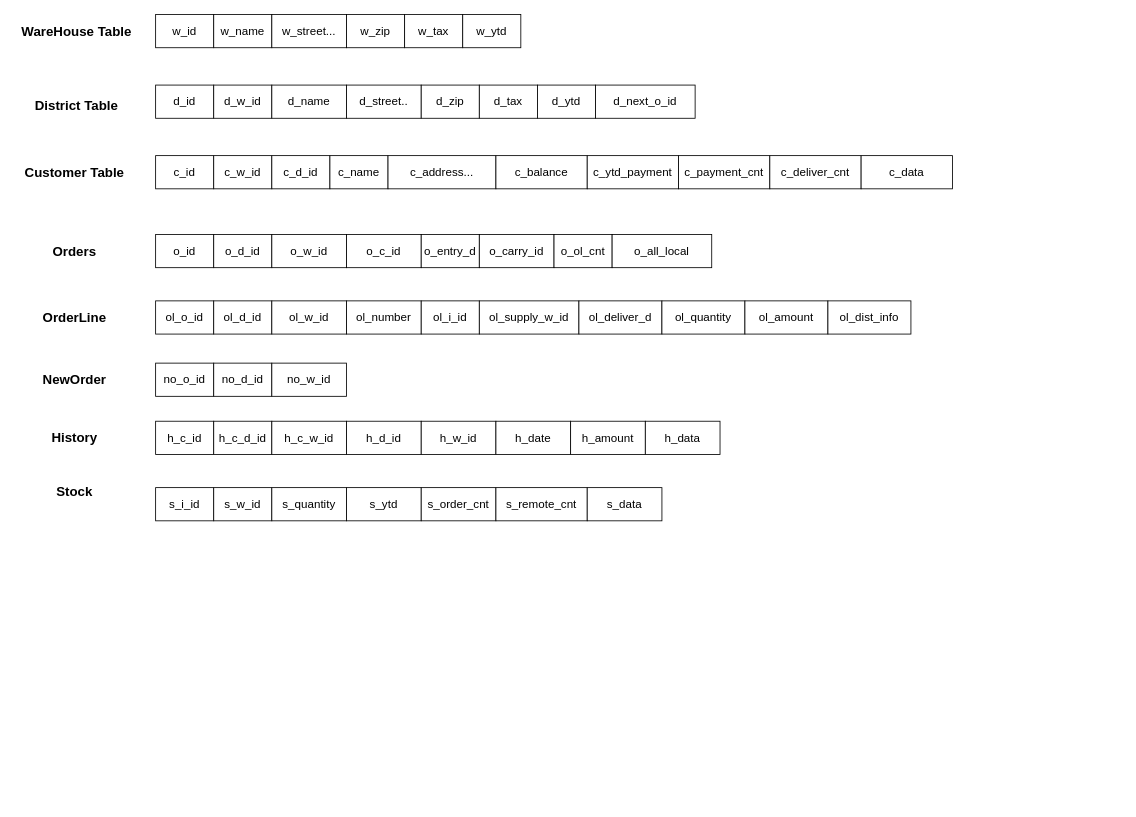
This is transaction.drawio from Holworth/DrawIO, a draw.io file, before an edit. Source tidied: cells renumbered, new cells numbered last; positions are measured from the earlier drawing's top-left corner, leaving out a move shared by most shapes. Both pictures are drawn from the tidied source at 83%, with x=0, y=0 at pixel (14, 14).
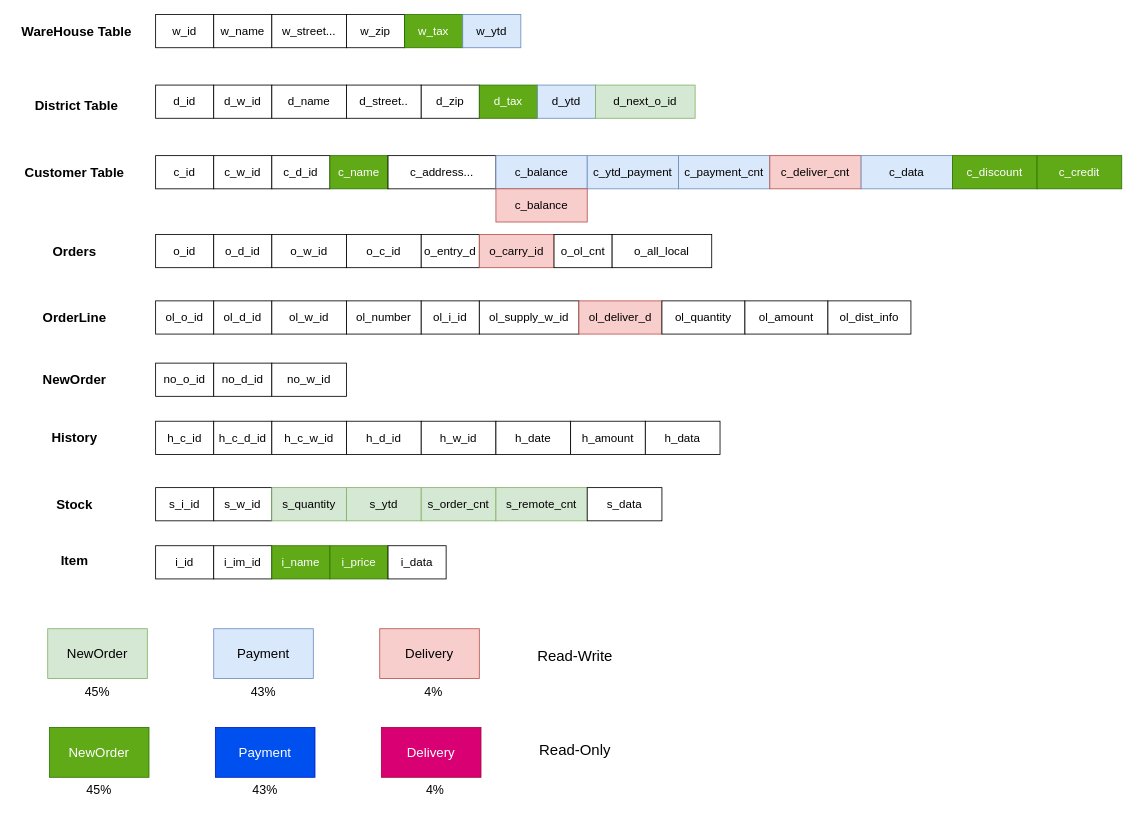
The same page after the edit.

Change to the diagram source:
```diff
@@
-    <mxCell id="6" value="w_tax" style="rounded=0;whiteSpace=wrap;html=1;fontSize=14;" parent="1" vertex="1">
+    <mxCell id="6" value="w_tax" style="rounded=0;whiteSpace=wrap;html=1;fontSize=14;fillColor=#60a917;fontColor=#ffffff;strokeColor=#2D7600;" parent="1" vertex="1">
       <mxGeometry x="470" width="70" height="40" as="geometry" />
     </mxCell>
-    <mxCell id="7" value="w_ytd" style="rounded=0;whiteSpace=wrap;html=1;fontSize=14;" parent="1" vertex="1">
+    <mxCell id="7" value="w_ytd" style="rounded=0;whiteSpace=wrap;html=1;fontSize=14;fillColor=#dae8fc;strokeColor=#6c8ebf;" parent="1" vertex="1">
       <mxGeometry x="540" width="70" height="40" as="geometry" />
     </mxCell>
@@
-    <mxCell id="15" value="d_tax" style="rounded=0;whiteSpace=wrap;html=1;fontSize=14;" parent="1" vertex="1">
+    <mxCell id="15" value="d_tax" style="rounded=0;whiteSpace=wrap;html=1;fontSize=14;fillColor=#60a917;fontColor=#ffffff;strokeColor=#2D7600;" parent="1" vertex="1">
       <mxGeometry x="560" y="85" width="70" height="40" as="geometry" />
     </mxCell>
-    <mxCell id="16" value="d_ytd" style="rounded=0;whiteSpace=wrap;html=1;fontSize=14;" parent="1" vertex="1">
+    <mxCell id="16" value="d_ytd" style="rounded=0;whiteSpace=wrap;html=1;fontSize=14;fillColor=#dae8fc;strokeColor=#6c8ebf;" parent="1" vertex="1">
       <mxGeometry x="630" y="85" width="70" height="40" as="geometry" />
     </mxCell>
-    <mxCell id="17" value="d_next_o_id" style="rounded=0;whiteSpace=wrap;html=1;fontSize=14;" parent="1" vertex="1">
+    <mxCell id="17" value="d_next_o_id" style="rounded=0;whiteSpace=wrap;html=1;fontSize=14;fillColor=#d5e8d4;strokeColor=#82b366;" parent="1" vertex="1">
       <mxGeometry x="700" y="85" width="120" height="40" as="geometry" />
     </mxCell>
@@
-    <mxCell id="21" value="c_name" style="rounded=0;whiteSpace=wrap;html=1;fontSize=14;" parent="1" vertex="1">
+    <mxCell id="21" value="c_name" style="rounded=0;whiteSpace=wrap;html=1;fontSize=14;fillColor=#60a917;fontColor=#ffffff;strokeColor=#2D7600;" parent="1" vertex="1">
       <mxGeometry x="380" y="170" width="70" height="40" as="geometry" />
     </mxCell>
@@
-    <mxCell id="23" value="c_balance" style="rounded=0;whiteSpace=wrap;html=1;fontSize=14;" parent="1" vertex="1">
+    <mxCell id="23" value="c_balance" style="rounded=0;whiteSpace=wrap;html=1;fontSize=14;fillColor=#dae8fc;strokeColor=#6c8ebf;" parent="1" vertex="1">
       <mxGeometry x="580" y="170" width="110" height="40" as="geometry" />
     </mxCell>
-    <mxCell id="24" value="c_ytd_payment" style="rounded=0;whiteSpace=wrap;html=1;fontSize=14;" parent="1" vertex="1">
+    <mxCell id="24" value="c_ytd_payment" style="rounded=0;whiteSpace=wrap;html=1;fontSize=14;fillColor=#dae8fc;strokeColor=#6c8ebf;" parent="1" vertex="1">
       <mxGeometry x="690" y="170" width="110" height="40" as="geometry" />
     </mxCell>
-    <mxCell id="25" value="c_payment_cnt" style="rounded=0;whiteSpace=wrap;html=1;fontSize=14;" parent="1" vertex="1">
+    <mxCell id="25" value="c_payment_cnt" style="rounded=0;whiteSpace=wrap;html=1;fontSize=14;fillColor=#dae8fc;strokeColor=#6c8ebf;" parent="1" vertex="1">
       <mxGeometry x="800" y="170" width="110" height="40" as="geometry" />
     </mxCell>
-    <mxCell id="26" value="c_deliver_cnt" style="rounded=0;whiteSpace=wrap;html=1;fontSize=14;" parent="1" vertex="1">
+    <mxCell id="26" value="c_deliver_cnt" style="rounded=0;whiteSpace=wrap;html=1;fontSize=14;fillColor=#f8cecc;strokeColor=#b85450;" parent="1" vertex="1">
       <mxGeometry x="910" y="170" width="110" height="40" as="geometry" />
     </mxCell>
-    <mxCell id="27" value="c_data" style="rounded=0;whiteSpace=wrap;html=1;fontSize=14;" parent="1" vertex="1">
+    <mxCell id="27" value="c_data" style="rounded=0;whiteSpace=wrap;html=1;fontSize=14;fillColor=#dae8fc;strokeColor=#6c8ebf;" parent="1" vertex="1">
       <mxGeometry x="1020" y="170" width="110" height="40" as="geometry" />
     </mxCell>
@@
-    <mxCell id="35" value="o_carry_id" style="rounded=0;whiteSpace=wrap;html=1;fontSize=14;" parent="1" vertex="1">
+    <mxCell id="35" value="o_carry_id" style="rounded=0;whiteSpace=wrap;html=1;fontSize=14;fillColor=#f8cecc;strokeColor=#b85450;" parent="1" vertex="1">
       <mxGeometry x="560" y="265" width="90" height="40" as="geometry" />
     </mxCell>
@@
-    <mxCell id="45" value="ol_deliver_d" style="rounded=0;whiteSpace=wrap;html=1;fontSize=14;" parent="1" vertex="1">
+    <mxCell id="45" value="ol_deliver_d" style="rounded=0;whiteSpace=wrap;html=1;fontSize=14;fillColor=#f8cecc;strokeColor=#b85450;" parent="1" vertex="1">
       <mxGeometry x="680" y="345" width="100" height="40" as="geometry" />
     </mxCell>
@@
     <mxCell id="62" value="&lt;span style=&quot;font-size: 16px;&quot;&gt;&lt;b style=&quot;font-size: 16px;&quot;&gt;Stock&lt;/b&gt;&lt;/span&gt;" style="text;html=1;strokeColor=none;fillColor=none;align=center;verticalAlign=middle;whiteSpace=wrap;rounded=0;fontSize=16;" parent="1" vertex="1">
-      <mxGeometry y="560" width="145" height="30" as="geometry" />
+      <mxGeometry y="575" width="145" height="30" as="geometry" />
     </mxCell>
@@
-    <mxCell id="65" value="s_quantity" style="rounded=0;whiteSpace=wrap;html=1;fontSize=14;" parent="1" vertex="1">
+    <mxCell id="65" value="s_quantity" style="rounded=0;whiteSpace=wrap;html=1;fontSize=14;fillColor=#d5e8d4;strokeColor=#82b366;" parent="1" vertex="1">
       <mxGeometry x="310" y="570" width="90" height="40" as="geometry" />
     </mxCell>
-    <mxCell id="66" value="s_ytd" style="rounded=0;whiteSpace=wrap;html=1;fontSize=14;" parent="1" vertex="1">
+    <mxCell id="66" value="s_ytd" style="rounded=0;whiteSpace=wrap;html=1;fontSize=14;fillColor=#d5e8d4;strokeColor=#82b366;" parent="1" vertex="1">
       <mxGeometry x="400" y="570" width="90" height="40" as="geometry" />
     </mxCell>
-    <mxCell id="67" value="s_order_cnt" style="rounded=0;whiteSpace=wrap;html=1;fontSize=14;" parent="1" vertex="1">
+    <mxCell id="67" value="s_order_cnt" style="rounded=0;whiteSpace=wrap;html=1;fontSize=14;fillColor=#d5e8d4;strokeColor=#82b366;" parent="1" vertex="1">
       <mxGeometry x="490" y="570" width="90" height="40" as="geometry" />
     </mxCell>
-    <mxCell id="68" value="s_remote_cnt" style="rounded=0;whiteSpace=wrap;html=1;fontSize=14;" parent="1" vertex="1">
+    <mxCell id="68" value="s_remote_cnt" style="rounded=0;whiteSpace=wrap;html=1;fontSize=14;fillColor=#d5e8d4;strokeColor=#82b366;" parent="1" vertex="1">
       <mxGeometry x="580" y="570" width="110" height="40" as="geometry" />
     </mxCell>
@@
+    <mxCell id="70" value="&lt;font style=&quot;font-size: 16px;&quot;&gt;NewOrder&lt;/font&gt;" style="rounded=0;whiteSpace=wrap;html=1;fillColor=#d5e8d4;strokeColor=#82b366;" parent="1" vertex="1">
+      <mxGeometry x="40" y="740" width="120" height="60" as="geometry" />
+    </mxCell>
+    <mxCell id="71" value="&lt;font style=&quot;font-size: 16px;&quot;&gt;Payment&lt;/font&gt;" style="rounded=0;whiteSpace=wrap;html=1;fillColor=#dae8fc;strokeColor=#6c8ebf;" parent="1" vertex="1">
+      <mxGeometry x="240" y="740" width="120" height="60" as="geometry" />
+    </mxCell>
+    <mxCell id="72" value="&lt;font style=&quot;font-size: 16px;&quot;&gt;Delivery&lt;/font&gt;" style="rounded=0;whiteSpace=wrap;html=1;fillColor=#f8cecc;strokeColor=#b85450;" parent="1" vertex="1">
+      <mxGeometry x="440" y="740" width="120" height="60" as="geometry" />
+    </mxCell>
+    <mxCell id="73" value="&lt;font style=&quot;font-size: 15px;&quot;&gt;45%&lt;/font&gt;" style="text;html=1;strokeColor=none;fillColor=none;align=center;verticalAlign=middle;whiteSpace=wrap;rounded=0;" parent="1" vertex="1">
+      <mxGeometry x="70" y="800" width="60" height="30" as="geometry" />
+    </mxCell>
+    <mxCell id="74" value="&lt;font style=&quot;font-size: 15px;&quot;&gt;43%&lt;/font&gt;" style="text;html=1;strokeColor=none;fillColor=none;align=center;verticalAlign=middle;whiteSpace=wrap;rounded=0;" parent="1" vertex="1">
+      <mxGeometry x="270" y="800" width="60" height="30" as="geometry" />
+    </mxCell>
+    <mxCell id="75" value="&lt;font style=&quot;font-size: 15px;&quot;&gt;4%&lt;/font&gt;" style="text;html=1;strokeColor=none;fillColor=none;align=center;verticalAlign=middle;whiteSpace=wrap;rounded=0;" parent="1" vertex="1">
+      <mxGeometry x="475" y="800" width="60" height="30" as="geometry" />
+    </mxCell>
+    <mxCell id="76" value="c_balance" style="rounded=0;whiteSpace=wrap;html=1;fontSize=14;fillColor=#f8cecc;strokeColor=#b85450;" parent="1" vertex="1">
+      <mxGeometry x="580" y="210" width="110" height="40" as="geometry" />
+    </mxCell>
+    <mxCell id="77" value="c_discount" style="rounded=0;whiteSpace=wrap;html=1;fontSize=14;fillColor=#60a917;fontColor=#ffffff;strokeColor=#2D7600;" parent="1" vertex="1">
+      <mxGeometry x="1130" y="170" width="102" height="40" as="geometry" />
+    </mxCell>
+    <mxCell id="78" value="c_credit" style="rounded=0;whiteSpace=wrap;html=1;fontSize=14;fillColor=#60a917;fontColor=#ffffff;strokeColor=#2D7600;" parent="1" vertex="1">
+      <mxGeometry x="1232" y="170" width="102" height="40" as="geometry" />
+    </mxCell>
+    <mxCell id="79" value="&lt;span style=&quot;font-size: 16px;&quot;&gt;&lt;b style=&quot;font-size: 16px;&quot;&gt;Item&lt;/b&gt;&lt;/span&gt;" style="text;html=1;strokeColor=none;fillColor=none;align=center;verticalAlign=middle;whiteSpace=wrap;rounded=0;fontSize=16;" parent="1" vertex="1">
+      <mxGeometry y="643" width="145" height="30" as="geometry" />
+    </mxCell>
+    <mxCell id="80" value="i_id" style="rounded=0;whiteSpace=wrap;html=1;fontSize=14;" parent="1" vertex="1">
+      <mxGeometry x="170" y="640" width="70" height="40" as="geometry" />
+    </mxCell>
+    <mxCell id="81" value="i_im_id" style="rounded=0;whiteSpace=wrap;html=1;fontSize=14;" parent="1" vertex="1">
+      <mxGeometry x="240" y="640" width="70" height="40" as="geometry" />
+    </mxCell>
+    <mxCell id="82" value="i_name" style="rounded=0;whiteSpace=wrap;html=1;fontSize=14;fillColor=#60a917;fontColor=#ffffff;strokeColor=#2D7600;" parent="1" vertex="1">
+      <mxGeometry x="310" y="640" width="70" height="40" as="geometry" />
+    </mxCell>
+    <mxCell id="83" value="i_price" style="rounded=0;whiteSpace=wrap;html=1;fontSize=14;fillColor=#60a917;fontColor=#ffffff;strokeColor=#2D7600;" parent="1" vertex="1">
+      <mxGeometry x="380" y="640" width="70" height="40" as="geometry" />
+    </mxCell>
+    <mxCell id="84" value="i_data" style="rounded=0;whiteSpace=wrap;html=1;fontSize=14;" parent="1" vertex="1">
+      <mxGeometry x="450" y="640" width="70" height="40" as="geometry" />
+    </mxCell>
+    <mxCell id="85" value="&lt;font style=&quot;font-size: 16px;&quot;&gt;NewOrder&lt;/font&gt;" style="rounded=0;whiteSpace=wrap;html=1;fillColor=#60a917;strokeColor=#2D7600;fontColor=#ffffff;" parent="1" vertex="1">
+      <mxGeometry x="42" y="859" width="120" height="60" as="geometry" />
+    </mxCell>
+    <mxCell id="86" value="&lt;font style=&quot;font-size: 16px;&quot;&gt;Payment&lt;/font&gt;" style="rounded=0;whiteSpace=wrap;html=1;fillColor=#0050ef;strokeColor=#001DBC;fontColor=#ffffff;" parent="1" vertex="1">
+      <mxGeometry x="242" y="859" width="120" height="60" as="geometry" />
+    </mxCell>
+    <mxCell id="87" value="&lt;font style=&quot;font-size: 16px;&quot;&gt;Delivery&lt;/font&gt;" style="rounded=0;whiteSpace=wrap;html=1;fillColor=#d80073;strokeColor=#A50040;fontColor=#ffffff;" parent="1" vertex="1">
+      <mxGeometry x="442" y="859" width="120" height="60" as="geometry" />
+    </mxCell>
+    <mxCell id="88" value="&lt;font style=&quot;font-size: 15px;&quot;&gt;45%&lt;/font&gt;" style="text;html=1;strokeColor=none;fillColor=none;align=center;verticalAlign=middle;whiteSpace=wrap;rounded=0;" parent="1" vertex="1">
+      <mxGeometry x="72" y="919" width="60" height="30" as="geometry" />
+    </mxCell>
+    <mxCell id="89" value="&lt;font style=&quot;font-size: 15px;&quot;&gt;43%&lt;/font&gt;" style="text;html=1;strokeColor=none;fillColor=none;align=center;verticalAlign=middle;whiteSpace=wrap;rounded=0;" parent="1" vertex="1">
+      <mxGeometry x="272" y="919" width="60" height="30" as="geometry" />
+    </mxCell>
+    <mxCell id="90" value="&lt;font style=&quot;font-size: 15px;&quot;&gt;4%&lt;/font&gt;" style="text;html=1;strokeColor=none;fillColor=none;align=center;verticalAlign=middle;whiteSpace=wrap;rounded=0;" parent="1" vertex="1">
+      <mxGeometry x="477" y="919" width="60" height="30" as="geometry" />
+    </mxCell>
+    <mxCell id="91" value="&lt;font style=&quot;font-size: 18px;&quot;&gt;Read-Write&lt;/font&gt;" style="text;html=1;strokeColor=none;fillColor=none;align=center;verticalAlign=middle;whiteSpace=wrap;rounded=0;" parent="1" vertex="1">
+      <mxGeometry x="610" y="758" width="131" height="30" as="geometry" />
+    </mxCell>
+    <mxCell id="92" value="&lt;font style=&quot;font-size: 18px;&quot;&gt;Read-Only&lt;/font&gt;" style="text;html=1;strokeColor=none;fillColor=none;align=center;verticalAlign=middle;whiteSpace=wrap;rounded=0;" parent="1" vertex="1">
+      <mxGeometry x="610" y="872" width="131" height="30" as="geometry" />
+    </mxCell>
```
